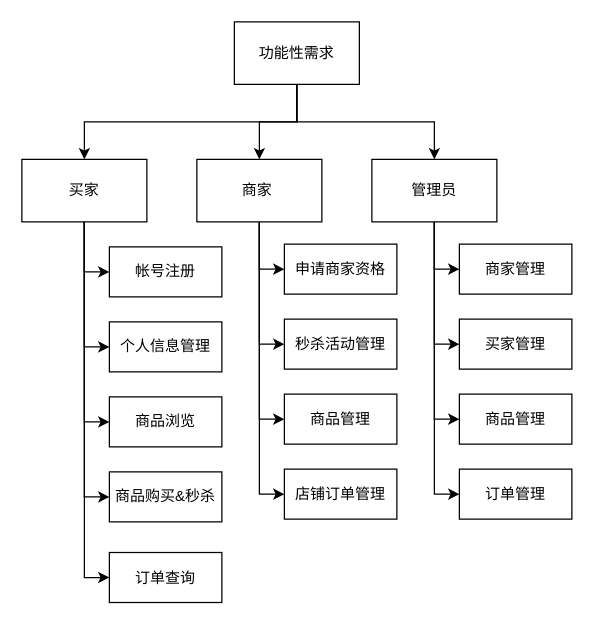
Before: 数据库.drawio in z-qqqqq/diagrams, a draw.io diagram. Source tidied: cells renumbered, new cells numbered last; positions are measured from the earlier drawing's top-left corner, leaving out a move shared by most shapes. Both pictures are drawn from the tidied source at 125%, with x=0, y=0 at pixel (21, 21).
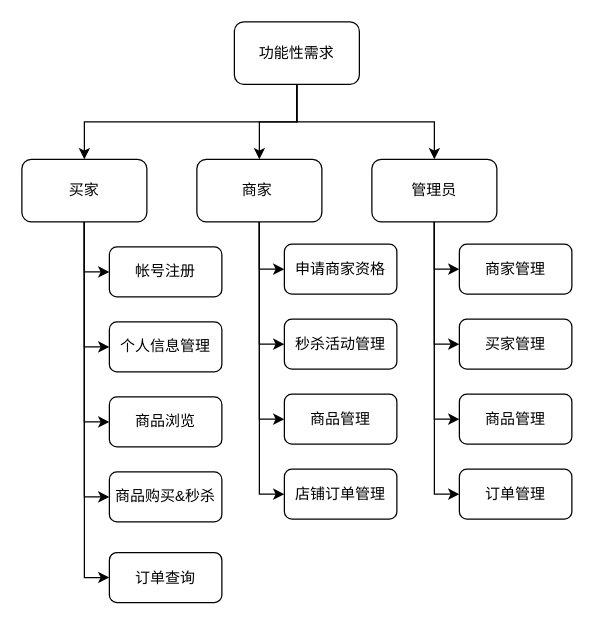
After the change.

What changed in the source:
```diff
@@
-    <mxCell id="7" value="买家" style="rounded=0;whiteSpace=wrap;html=1;" parent="1" vertex="1">
+    <mxCell id="7" value="买家" style="rounded=1;whiteSpace=wrap;html=1;" parent="1" vertex="1">
       <mxGeometry y="110" width="100" height="50" as="geometry" />
     </mxCell>
@@
-    <mxCell id="12" value="商家&lt;span style=&quot;white-space: pre&quot;&gt; &lt;/span&gt;" style="rounded=0;whiteSpace=wrap;html=1;" parent="1" vertex="1">
+    <mxCell id="12" value="商家&lt;span style=&quot;white-space: pre&quot;&gt; &lt;/span&gt;" style="rounded=1;whiteSpace=wrap;html=1;" parent="1" vertex="1">
       <mxGeometry x="140" y="110" width="100" height="50" as="geometry" />
     </mxCell>
@@
-    <mxCell id="17" value="管理员" style="rounded=0;whiteSpace=wrap;html=1;" parent="1" vertex="1">
+    <mxCell id="17" value="管理员" style="rounded=1;whiteSpace=wrap;html=1;" parent="1" vertex="1">
       <mxGeometry x="280" y="110" width="100" height="50" as="geometry" />
     </mxCell>
-    <mxCell id="18" value="订单查询" style="rounded=0;whiteSpace=wrap;html=1;" parent="1" vertex="1">
+    <mxCell id="18" value="订单查询" style="rounded=1;whiteSpace=wrap;html=1;" parent="1" vertex="1">
       <mxGeometry x="70" y="424.5" width="90" height="40" as="geometry" />
     </mxCell>
-    <mxCell id="19" value="商品购买&amp;amp;秒杀" style="rounded=0;whiteSpace=wrap;html=1;" parent="1" vertex="1">
+    <mxCell id="19" value="商品购买&amp;amp;秒杀" style="rounded=1;whiteSpace=wrap;html=1;" parent="1" vertex="1">
       <mxGeometry x="70" y="360" width="90" height="40" as="geometry" />
     </mxCell>
-    <mxCell id="20" value="商品浏览" style="rounded=0;whiteSpace=wrap;html=1;" parent="1" vertex="1">
+    <mxCell id="20" value="商品浏览" style="rounded=1;whiteSpace=wrap;html=1;" parent="1" vertex="1">
       <mxGeometry x="70" y="300" width="90" height="40" as="geometry" />
     </mxCell>
-    <mxCell id="21" value="个人信息管理" style="rounded=0;whiteSpace=wrap;html=1;" parent="1" vertex="1">
+    <mxCell id="21" value="个人信息管理" style="rounded=1;whiteSpace=wrap;html=1;" parent="1" vertex="1">
       <mxGeometry x="70" y="240" width="90" height="40" as="geometry" />
     </mxCell>
-    <mxCell id="22" value="帐号注册" style="rounded=0;whiteSpace=wrap;html=1;" parent="1" vertex="1">
+    <mxCell id="22" value="帐号注册" style="rounded=1;whiteSpace=wrap;html=1;" parent="1" vertex="1">
       <mxGeometry x="70" y="180" width="90" height="40" as="geometry" />
     </mxCell>
-    <mxCell id="23" value="店铺订单管理" style="rounded=0;whiteSpace=wrap;html=1;" parent="1" vertex="1">
+    <mxCell id="23" value="店铺订单管理" style="rounded=1;whiteSpace=wrap;html=1;" parent="1" vertex="1">
       <mxGeometry x="210" y="357.8" width="90" height="40" as="geometry" />
     </mxCell>
-    <mxCell id="24" value="商品管理" style="rounded=0;whiteSpace=wrap;html=1;" parent="1" vertex="1">
+    <mxCell id="24" value="商品管理" style="rounded=1;whiteSpace=wrap;html=1;" parent="1" vertex="1">
       <mxGeometry x="210" y="297.8" width="90" height="40" as="geometry" />
     </mxCell>
-    <mxCell id="25" value="秒杀活动管理" style="rounded=0;whiteSpace=wrap;html=1;" parent="1" vertex="1">
+    <mxCell id="25" value="秒杀活动管理" style="rounded=1;whiteSpace=wrap;html=1;" parent="1" vertex="1">
       <mxGeometry x="210" y="237.8" width="90" height="40" as="geometry" />
     </mxCell>
-    <mxCell id="26" value="申请商家资格" style="rounded=0;whiteSpace=wrap;html=1;" parent="1" vertex="1">
+    <mxCell id="26" value="申请商家资格" style="rounded=1;whiteSpace=wrap;html=1;" parent="1" vertex="1">
       <mxGeometry x="210" y="177.8" width="90" height="40" as="geometry" />
     </mxCell>
-    <mxCell id="27" value="订单管理" style="rounded=0;whiteSpace=wrap;html=1;" parent="1" vertex="1">
+    <mxCell id="27" value="订单管理" style="rounded=1;whiteSpace=wrap;html=1;" parent="1" vertex="1">
       <mxGeometry x="350" y="357.8" width="90" height="40" as="geometry" />
     </mxCell>
-    <mxCell id="28" value="商品管理" style="rounded=0;whiteSpace=wrap;html=1;" parent="1" vertex="1">
+    <mxCell id="28" value="商品管理" style="rounded=1;whiteSpace=wrap;html=1;" parent="1" vertex="1">
       <mxGeometry x="350" y="297.8" width="90" height="40" as="geometry" />
     </mxCell>
-    <mxCell id="29" value="买家管理" style="rounded=0;whiteSpace=wrap;html=1;" parent="1" vertex="1">
+    <mxCell id="29" value="买家管理" style="rounded=1;whiteSpace=wrap;html=1;" parent="1" vertex="1">
       <mxGeometry x="350" y="237.8" width="90" height="40" as="geometry" />
     </mxCell>
-    <mxCell id="30" value="商家管理" style="rounded=0;whiteSpace=wrap;html=1;" parent="1" vertex="1">
+    <mxCell id="30" value="商家管理" style="rounded=1;whiteSpace=wrap;html=1;" parent="1" vertex="1">
       <mxGeometry x="350" y="177.8" width="90" height="40" as="geometry" />
     </mxCell>
@@
-    <mxCell id="34" value="功能性需求" style="rounded=0;whiteSpace=wrap;html=1;" parent="1" vertex="1">
+    <mxCell id="34" value="功能性需求" style="rounded=1;whiteSpace=wrap;html=1;" parent="1" vertex="1">
       <mxGeometry x="170" width="100" height="50" as="geometry" />
     </mxCell>
```
